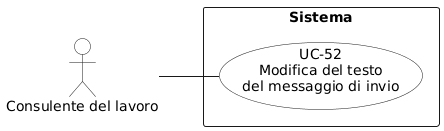
This is RTB/Analisi dei Requisiti/diagrammi_use_case/UC-52.png from aLittleByte-19/Documentazione, a PlantUML export, as it was before one commit. The source it was exported from:
```plantuml
@startuml
left to right direction
skinparam packageStyle rectangle
skinparam usecaseBackgroundColor White
skinparam actorBackgroundColor White

actor "Consulente del lavoro" as consulente

rectangle "Sistema" {
  usecase "UC-52\nModifica del testo\ndel messaggio di invio" as uc52
}

consulente -- uc52
@enduml
```
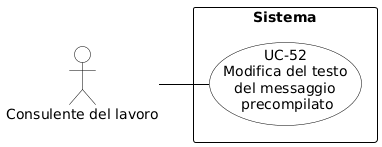
The same diagram one commit later.

The edit, as a diff of the source:
```diff
@@ -1,14 +1,29 @@
 @startuml
+skinparam shadowing false
+skinparam defaultFontName Arial
 left to right direction
-skinparam packageStyle rectangle
-skinparam usecaseBackgroundColor White
-skinparam actorBackgroundColor White
+skinparam nodesep 15
+skinparam ranksep 50
 
-actor "Consulente del lavoro" as consulente
+skinparam usecase {
+    BackgroundColor white
+    BorderColor black
+    ArrowColor black
+}
+skinparam actor {
+    BackgroundColor white
+    BorderColor black
+}
+skinparam rectangle {
+    BorderColor black
+    FontStyle bold
+}
+
+actor "Consulente del lavoro" as CL
 
 rectangle "Sistema" {
-  usecase "UC-52\nModifica del testo\ndel messaggio di invio" as uc52
+    usecase "UC-52\nModifica del testo\ndel messaggio\n precompilato" as UC52
 }
 
-consulente -- uc52
-@enduml
+CL -- UC52
+@endl
```
